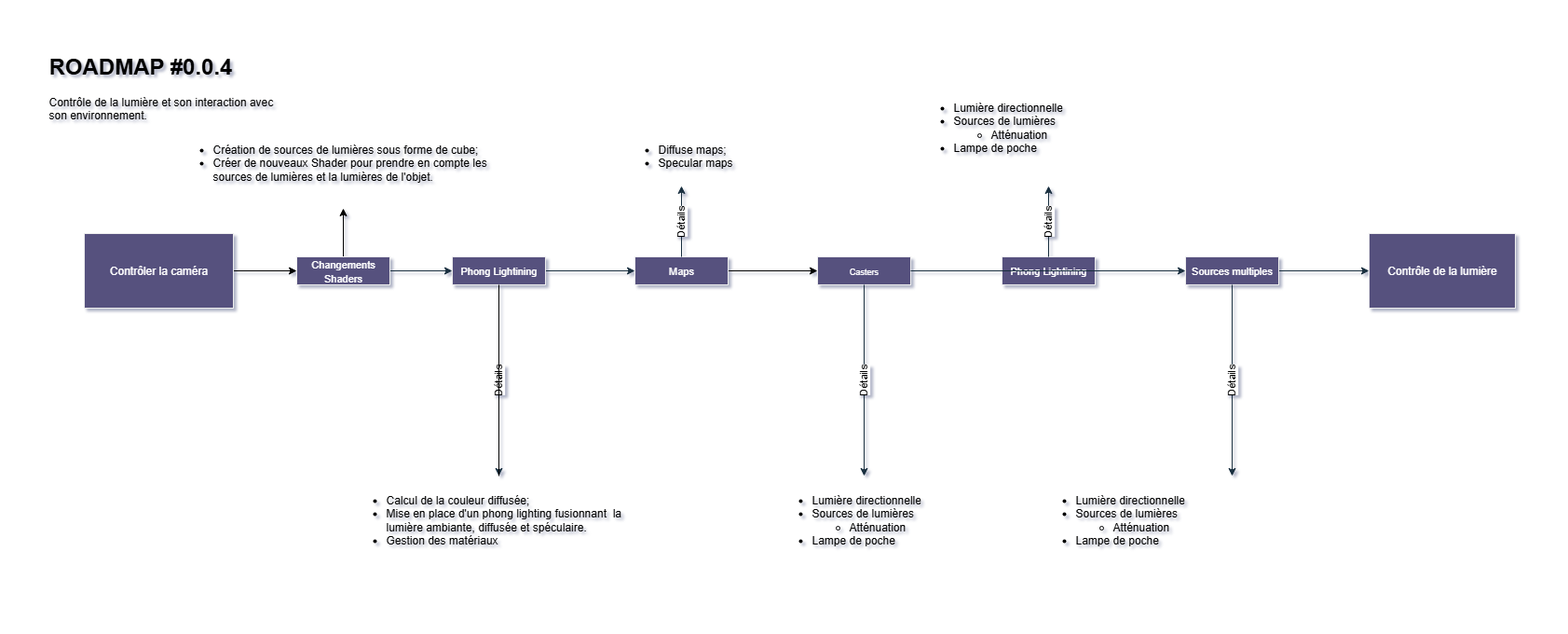
Above: Gestion de projet/Roadmaps/RoadMapV0.0.4.drawio.png in elliotdefurne/OpenGLProject (draw.io), before the change. Source tidied: cells renumbered, new cells last; positions are measured from the earlier drawing's top-left corner, leaving out a move shared by most shapes.
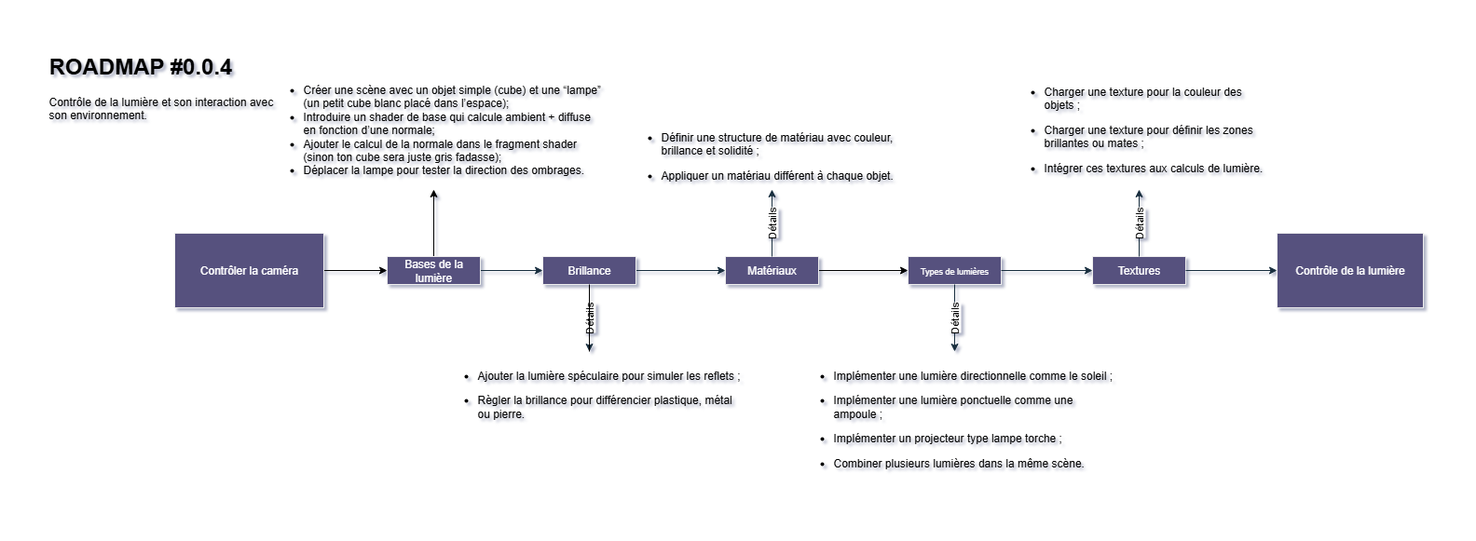
The same diagram one commit later.

Commit message:
Changement roadmap

Diff of the diagram source:
```diff
@@ -12,7 +12,7 @@
       <mxGeometry x="40" y="200" width="160" height="80" as="geometry" />
     </mxCell>
     <mxCell id="5" value="Contrôle de la lumière" style="rounded=0;whiteSpace=wrap;html=1;labelBackgroundColor=none;fillColor=#56517E;strokeColor=#EEEEEE;fontColor=#FFFFFF;" parent="1" vertex="1">
-      <mxGeometry x="1419" y="200" width="157" height="80" as="geometry" />
+      <mxGeometry x="1223" y="200" width="157" height="80" as="geometry" />
     </mxCell>
     <mxCell id="6" style="edgeStyle=orthogonalEdgeStyle;rounded=0;jettySize=auto;html=1;entryX=0;entryY=0.5;entryDx=0;entryDy=0;labelBackgroundColor=none;strokeColor=#182E3E;fontColor=default;" parent="1" edge="1" source="8" target="11">
       <mxGeometry relative="1" as="geometry" />
@@ -20,38 +20,35 @@
     <mxCell id="7" value="Détails" style="edgeStyle=orthogonalEdgeStyle;rounded=0;jettySize=auto;html=1;strokeColor=#182E3E;horizontal=0;" parent="1" edge="1" source="8" target="13">
       <mxGeometry relative="1" as="geometry" />
     </mxCell>
-    <mxCell id="8" value="&lt;span style=&quot;font-size: 11px;&quot;&gt;Phong Lightining&lt;/span&gt;" style="rounded=0;whiteSpace=wrap;html=1;align=center;labelBackgroundColor=none;fillColor=#56517E;strokeColor=#EEEEEE;fontColor=#FFFFFF;" parent="1" vertex="1">
+    <mxCell id="8" value="Brillance" style="rounded=0;whiteSpace=wrap;html=1;align=center;labelBackgroundColor=none;fillColor=#56517E;strokeColor=#EEEEEE;fontColor=#FFFFFF;" parent="1" vertex="1">
       <mxGeometry x="435" y="225" width="100" height="30" as="geometry" />
     </mxCell>
-    <mxCell id="9" style="edgeStyle=orthogonalEdgeStyle;rounded=0;jettySize=auto;html=1;exitX=1;exitY=0.5;exitDx=0;exitDy=0;labelBackgroundColor=none;strokeColor=#182E3E;fontColor=default;" parent="1" edge="1" source="27" target="5">
-      <mxGeometry relative="1" as="geometry" />
-    </mxCell>
     <mxCell id="10" style="edgeStyle=orthogonalEdgeStyle;rounded=0;jettySize=auto;html=1;exitX=1;exitY=0.5;exitDx=0;exitDy=0;entryX=0;entryY=0.5;entryDx=0;entryDy=0;" parent="1" edge="1" source="11" target="17">
       <mxGeometry relative="1" as="geometry" />
     </mxCell>
-    <mxCell id="11" value="&lt;div&gt;&lt;span style=&quot;font-size: 11px;&quot;&gt;Maps&lt;/span&gt;&lt;/div&gt;" style="rounded=0;whiteSpace=wrap;html=1;align=center;labelBackgroundColor=none;fillColor=#56517E;strokeColor=#EEEEEE;fontColor=#FFFFFF;" parent="1" vertex="1">
+    <mxCell id="11" value="Matériaux" style="rounded=0;whiteSpace=wrap;html=1;align=center;labelBackgroundColor=none;fillColor=#56517E;strokeColor=#EEEEEE;fontColor=#FFFFFF;" parent="1" vertex="1">
       <mxGeometry x="631" y="225" width="100" height="30" as="geometry" />
     </mxCell>
     <mxCell id="12" style="edgeStyle=orthogonalEdgeStyle;rounded=0;jettySize=auto;html=1;endArrow=none;endFill=0;" parent="1" edge="1" source="13" target="8">
       <mxGeometry relative="1" as="geometry" />
     </mxCell>
-    <mxCell id="13" value="&lt;ul&gt;&lt;li&gt;Calcul de la couleur diffusée;&lt;/li&gt;&lt;li&gt;Mise en place d'un phong lighting fusionnant&amp;nbsp; la lumière ambiante, diffusée et spéculaire.&lt;/li&gt;&lt;li&gt;Gestion des matériaux&lt;/li&gt;&lt;/ul&gt;" style="text;html=1;whiteSpace=wrap;overflow=hidden;rounded=0;labelBackgroundColor=none;fontColor=#000000;" parent="1" vertex="1">
-      <mxGeometry x="322.5" y="460" width="325" height="100" as="geometry" />
+    <mxCell id="13" value="&lt;ul&gt;&lt;li&gt;&lt;p&gt;Ajouter la lumière spéculaire pour simuler les reflets ;&lt;/p&gt;&lt;/li&gt;&lt;li&gt;&lt;p&gt;&lt;span style=&quot;background-color: transparent; color: light-dark(rgb(0, 0, 0), rgb(237, 237, 237));&quot;&gt;Règler la brillance pour différencier plastique, métal ou pierre.&lt;/span&gt;&lt;/p&gt;&lt;/li&gt;&lt;/ul&gt;" style="text;html=1;whiteSpace=wrap;overflow=hidden;rounded=0;labelBackgroundColor=none;fontColor=#000000;" parent="1" vertex="1">
+      <mxGeometry x="322.5" y="327" width="325" height="100" as="geometry" />
     </mxCell>
-    <mxCell id="14" value="&lt;ul&gt;&lt;li&gt;Diffuse maps;&lt;/li&gt;&lt;li&gt;Specular maps&lt;/li&gt;&lt;/ul&gt;" style="text;html=1;whiteSpace=wrap;overflow=hidden;rounded=0;labelBackgroundColor=none;fontColor=light-dark(#000000, #121212);align=left;" parent="1" vertex="1">
-      <mxGeometry x="614" y="84" width="134" height="65" as="geometry" />
+    <mxCell id="14" value="&lt;ul&gt;&lt;li&gt;&lt;p&gt;Définir une structure de matériau avec couleur, brillance et solidité ;&lt;/p&gt;&lt;/li&gt;&lt;li&gt;&lt;p&gt;Appliquer un matériau différent à chaque objet.&lt;/p&gt;&lt;/li&gt;&lt;/ul&gt;" style="text;html=1;whiteSpace=wrap;overflow=hidden;rounded=0;labelBackgroundColor=none;fontColor=light-dark(#000000, #121212);align=left;" parent="1" vertex="1">
+      <mxGeometry x="519.5" y="71" width="323" height="82" as="geometry" />
     </mxCell>
     <mxCell id="15" value="Détails" style="edgeStyle=orthogonalEdgeStyle;rounded=0;jettySize=auto;html=1;strokeColor=#182E3E;horizontal=0;exitX=0.5;exitY=0;exitDx=0;exitDy=0;" parent="1" edge="1" source="11" target="14">
       <mxGeometry relative="1" as="geometry" />
     </mxCell>
     <mxCell id="16" value="&lt;h1 style=&quot;margin-top: 0px;&quot;&gt;ROADMAP #0.0.4&lt;/h1&gt;&lt;p&gt;Contrôle de la lumière et son interaction avec son environnement.&lt;/p&gt;" style="text;html=1;whiteSpace=wrap;overflow=hidden;rounded=0;" parent="1" vertex="1">
-      <mxGeometry width="250" height="120" as="geometry" />
+      <mxGeometry x="-97" width="250" height="120" as="geometry" />
     </mxCell>
-    <mxCell id="17" value="&lt;font style=&quot;font-size: 9px;&quot;&gt;Casters&lt;/font&gt;" style="rounded=0;whiteSpace=wrap;html=1;align=center;labelBackgroundColor=none;fillColor=#56517E;strokeColor=#EEEEEE;fontColor=#FFFFFF;" parent="1" vertex="1">
+    <mxCell id="17" value="&lt;font style=&quot;font-size: 9px;&quot;&gt;Types de lumières&lt;/font&gt;" style="rounded=0;whiteSpace=wrap;html=1;align=center;labelBackgroundColor=none;fillColor=#56517E;strokeColor=#EEEEEE;fontColor=#FFFFFF;" parent="1" vertex="1">
       <mxGeometry x="827" y="225" width="100" height="30" as="geometry" />
     </mxCell>
-    <mxCell id="18" value="&lt;ul&gt;&lt;li&gt;Lumière directionnelle&lt;/li&gt;&lt;li&gt;Sources de lumières&lt;/li&gt;&lt;ul&gt;&lt;li&gt;Atténuation&lt;/li&gt;&lt;/ul&gt;&lt;li&gt;Lampe de poche&lt;/li&gt;&lt;/ul&gt;" style="text;html=1;whiteSpace=wrap;overflow=hidden;rounded=0;labelBackgroundColor=none;fontColor=light-dark(#000000, #121212);align=left;" parent="1" vertex="1">
-      <mxGeometry x="779" y="460" width="196" height="110" as="geometry" />
+    <mxCell id="18" value="&lt;ul&gt;&lt;li&gt;&lt;p&gt;Implémenter une lumière directionnelle comme le soleil ;&lt;/p&gt;&lt;/li&gt;&lt;li&gt;&lt;p&gt;Implémenter une lumière ponctuelle comme une ampoule ;&lt;/p&gt;&lt;/li&gt;&lt;li&gt;&lt;p&gt;Implémenter un projecteur type lampe torche ;&lt;/p&gt;&lt;/li&gt;&lt;li&gt;&lt;p&gt;Combiner plusieurs lumières dans la même scène.&lt;/p&gt;&lt;/li&gt;&lt;/ul&gt;" style="text;html=1;whiteSpace=wrap;overflow=hidden;rounded=0;labelBackgroundColor=none;fontColor=light-dark(#000000, #121212);align=left;" parent="1" vertex="1">
+      <mxGeometry x="705" y="327" width="344" height="145" as="geometry" />
     </mxCell>
     <mxCell id="19" value="Détails" style="edgeStyle=orthogonalEdgeStyle;rounded=0;jettySize=auto;html=1;strokeColor=#182E3E;horizontal=0;exitX=0.5;exitY=1;exitDx=0;exitDy=0;entryX=0.5;entryY=0;entryDx=0;entryDy=0;" parent="1" edge="1" source="17" target="18">
       <mxGeometry relative="1" as="geometry" />
@@ -59,32 +56,26 @@
     <mxCell id="20" style="edgeStyle=orthogonalEdgeStyle;rounded=0;jettySize=auto;html=1;exitX=0.5;exitY=0;exitDx=0;exitDy=0;entryX=0.5;entryY=1;entryDx=0;entryDy=0;" parent="1" edge="1" source="21" target="22">
       <mxGeometry relative="1" as="geometry" />
     </mxCell>
-    <mxCell id="21" value="&lt;span style=&quot;font-size: 11px;&quot;&gt;Changements Shaders&lt;/span&gt;" style="rounded=0;whiteSpace=wrap;html=1;align=center;labelBackgroundColor=none;fillColor=#56517E;strokeColor=#EEEEEE;fontColor=#FFFFFF;" parent="1" vertex="1">
+    <mxCell id="21" value="Bases de la lumière" style="rounded=0;whiteSpace=wrap;html=1;align=center;labelBackgroundColor=none;fillColor=#56517E;strokeColor=#EEEEEE;fontColor=#FFFFFF;" parent="1" vertex="1">
       <mxGeometry x="268" y="225" width="100" height="30" as="geometry" />
     </mxCell>
-    <mxCell id="22" value="&lt;ul&gt;&lt;li&gt;Création de sources de lumières sous forme de cube;&lt;/li&gt;&lt;li&gt;&lt;span style=&quot;background-color: transparent; color: light-dark(rgb(0, 0, 0), rgb(18, 18, 18));&quot;&gt;Créer de nouveaux Shader pour prendre en compte les sources de lumières et la lumières de l'objet.&lt;/span&gt;&lt;/li&gt;&lt;/ul&gt;" style="text;html=1;whiteSpace=wrap;overflow=hidden;rounded=0;labelBackgroundColor=none;fontColor=light-dark(#000000, #121212);align=left;" parent="1" vertex="1">
-      <mxGeometry x="136" y="84" width="364" height="89" as="geometry" />
+    <mxCell id="22" value="&lt;ul&gt;&lt;li&gt;Créer une scène avec un objet simple (cube) et une “lampe” (un petit cube blanc placé dans l’espace);&lt;/li&gt;&lt;li&gt;Introduire un shader de base qui calcule ambient + diffuse en fonction d’une normale;&lt;/li&gt;&lt;li&gt;Ajouter le calcul de la normale dans le fragment shader (sinon ton cube sera juste gris fadasse);&lt;/li&gt;&lt;li&gt;Déplacer la lampe pour tester la direction des ombrages.&lt;/li&gt;&lt;/ul&gt;" style="text;html=1;whiteSpace=wrap;overflow=hidden;rounded=0;labelBackgroundColor=none;fontColor=light-dark(#000000, #121212);align=left;" parent="1" vertex="1">
+      <mxGeometry x="135.5" y="20" width="365" height="133" as="geometry" />
     </mxCell>
-    <mxCell id="23" value="&lt;span style=&quot;font-size: 11px;&quot;&gt;Phong Lightining&lt;/span&gt;" style="rounded=0;whiteSpace=wrap;html=1;align=center;labelBackgroundColor=none;fillColor=#56517E;strokeColor=#EEEEEE;fontColor=#FFFFFF;" parent="1" vertex="1">
+    <mxCell id="23" value="Textures" style="rounded=0;whiteSpace=wrap;html=1;align=center;labelBackgroundColor=none;fillColor=#56517E;strokeColor=#EEEEEE;fontColor=#FFFFFF;" parent="1" vertex="1">
       <mxGeometry x="1025" y="225" width="100" height="30" as="geometry" />
     </mxCell>
     <mxCell id="24" value="Détails" style="edgeStyle=orthogonalEdgeStyle;rounded=0;jettySize=auto;html=1;strokeColor=#182E3E;horizontal=0;exitX=0.5;exitY=0;exitDx=0;exitDy=0;entryX=0.5;entryY=1;entryDx=0;entryDy=0;" parent="1" edge="1" source="23" target="25">
       <mxGeometry relative="1" as="geometry" />
     </mxCell>
-    <mxCell id="25" value="&lt;ul&gt;&lt;li&gt;Lumière directionnelle&lt;/li&gt;&lt;li&gt;Sources de lumières&lt;/li&gt;&lt;ul&gt;&lt;li&gt;Atténuation&lt;/li&gt;&lt;/ul&gt;&lt;li&gt;Lampe de poche&lt;/li&gt;&lt;/ul&gt;" style="text;html=1;whiteSpace=wrap;overflow=hidden;rounded=0;labelBackgroundColor=none;fontColor=light-dark(#000000, #121212);align=left;" parent="1" vertex="1">
-      <mxGeometry x="930.5" y="39" width="289" height="110" as="geometry" />
+    <mxCell id="25" value="&lt;ul&gt;&lt;li&gt;&lt;p&gt;Charger une texture pour la couleur des objets ;&lt;/p&gt;&lt;/li&gt;&lt;li&gt;&lt;p&gt;Charger une texture pour définir les zones brillantes ou mates ;&lt;/p&gt;&lt;/li&gt;&lt;li&gt;&lt;p&gt;Intégrer ces textures aux calculs de lumière.&lt;/p&gt;&lt;/li&gt;&lt;/ul&gt;" style="text;html=1;whiteSpace=wrap;overflow=hidden;rounded=0;labelBackgroundColor=none;fontColor=light-dark(#000000, #121212);align=left;" parent="1" vertex="1">
+      <mxGeometry x="930.5" y="22" width="289" height="131" as="geometry" />
     </mxCell>
-    <mxCell id="26" style="edgeStyle=orthogonalEdgeStyle;rounded=0;jettySize=auto;html=1;exitX=1;exitY=0.5;exitDx=0;exitDy=0;labelBackgroundColor=none;strokeColor=#182E3E;fontColor=default;" parent="1" edge="1" source="17" target="27">
+    <mxCell id="26" style="edgeStyle=orthogonalEdgeStyle;rounded=0;jettySize=auto;html=1;exitX=1;exitY=0.5;exitDx=0;exitDy=0;labelBackgroundColor=none;strokeColor=#182E3E;fontColor=default;entryX=0;entryY=0.5;entryDx=0;entryDy=0;" parent="1" edge="1" source="17" target="23">
       <mxGeometry relative="1" as="geometry" />
     </mxCell>
-    <mxCell id="27" value="&lt;span style=&quot;font-size: 11px;&quot;&gt;Sources multiples&lt;/span&gt;" style="rounded=0;whiteSpace=wrap;html=1;align=center;labelBackgroundColor=none;fillColor=#56517E;strokeColor=#EEEEEE;fontColor=#FFFFFF;" parent="1" vertex="1">
-      <mxGeometry x="1222" y="225" width="100" height="30" as="geometry" />
-    </mxCell>
-    <mxCell id="28" value="&lt;ul&gt;&lt;li&gt;Lumière directionnelle&lt;/li&gt;&lt;li&gt;Sources de lumières&lt;/li&gt;&lt;ul&gt;&lt;li&gt;Atténuation&lt;/li&gt;&lt;/ul&gt;&lt;li&gt;Lampe de poche&lt;/li&gt;&lt;/ul&gt;" style="text;html=1;whiteSpace=wrap;overflow=hidden;rounded=0;labelBackgroundColor=none;fontColor=light-dark(#000000, #121212);align=left;" parent="1" vertex="1">
-      <mxGeometry x="1062" y="460" width="420" height="110" as="geometry" />
-    </mxCell>
-    <mxCell id="29" value="Détails" style="edgeStyle=orthogonalEdgeStyle;rounded=0;jettySize=auto;html=1;strokeColor=#182E3E;horizontal=0;exitX=0.5;exitY=1;exitDx=0;exitDy=0;entryX=0.5;entryY=0;entryDx=0;entryDy=0;" parent="1" edge="1" source="27" target="28">
-      <mxGeometry relative="1" as="geometry" />
-    </mxCell>
+    <mxCell id="30" style="edgeStyle=orthogonalEdgeStyle;rounded=0;jettySize=auto;html=1;exitX=1;exitY=0.5;exitDx=0;exitDy=0;labelBackgroundColor=none;strokeColor=#182E3E;fontColor=default;entryX=0;entryY=0.5;entryDx=0;entryDy=0;" parent="1" edge="1" source="23" target="5">
+      <mxGeometry relative="1" as="geometry" />
+    </mxCell>
   </root>
 </mxGraphModel>
```
